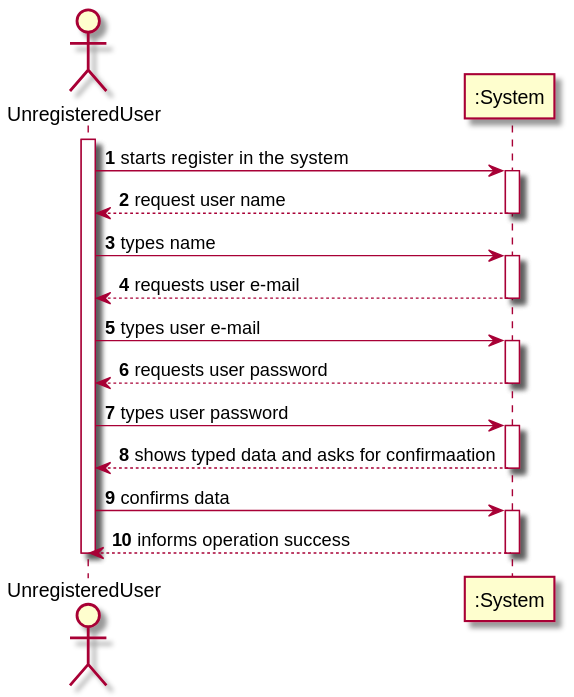
This is docs/sprintC/US007/01.requirements-engineering/svg/us007-system-sequence-diagram.svg from tiagohcorreia/LAPR2, a PlantUML export, as it was before one commit.
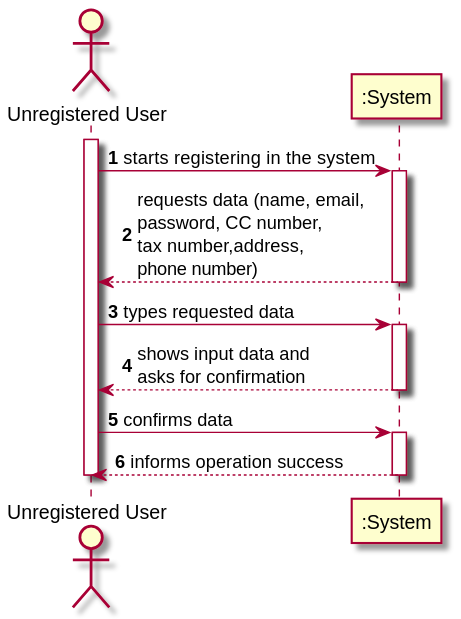
After the change.

Change to the diagram source:
```diff
@@ -1,29 +1,28 @@
 @startuml
 
-Actor UnregisteredUser as user
+actor "Unregistered User" as user
 participant ":System" as ui
 
 autonumber
 activate user
-user -> ui: starts register in the system
+user -> ui: starts registering in the system
 activate ui
-ui --> user: request user name
+return requests data (name, email,\npassword, CC number,\ntax number,address,\nphone number)
 deactivate ui
-user -> ui: types name
+
+user -> ui: types requested data
 activate ui
-ui --> user: requests user e-mail
+return shows input data and\nasks for confirmation
 deactivate ui
-user -> ui: types user e-mail
-activate ui
-ui --> user: requests user password
-deactivate ui
-user -> ui: types user password
-activate ui
-ui --> user: shows typed data and asks for confirmaation
-deactivate ui
+
 user -> ui: confirms data
 activate ui
-ui --> user: informs operation success
+return informs operation success
+
+
+
+
+
 deactivate ui
 deactivate user
 
```
